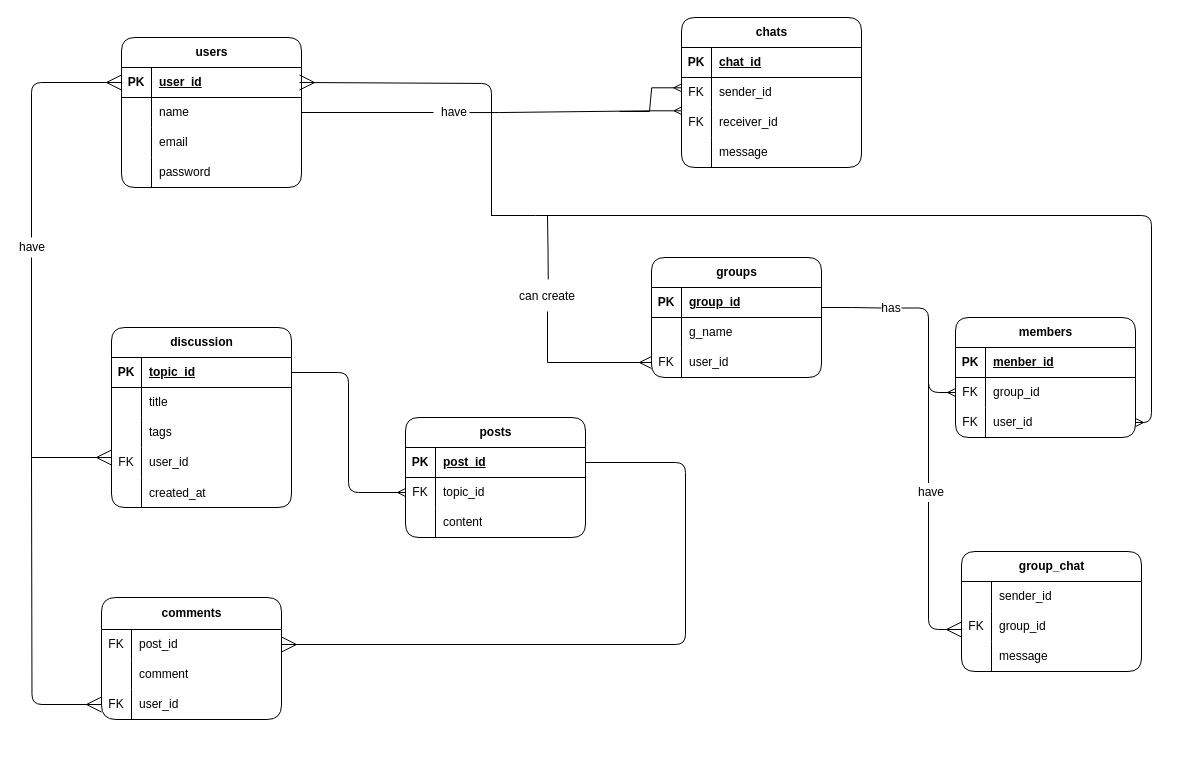
The draw.io diagram page "Page-2" (2 of 3) of Er.drawio in chetan-v/check, before the edit. Source tidied: cells renumbered, new cells numbered last; positions are measured from the earlier drawing's top-left corner, leaving out a move shared by most shapes. Both pictures are drawn from the tidied source at 100%, with x=0, y=0 at pixel (31, 17).
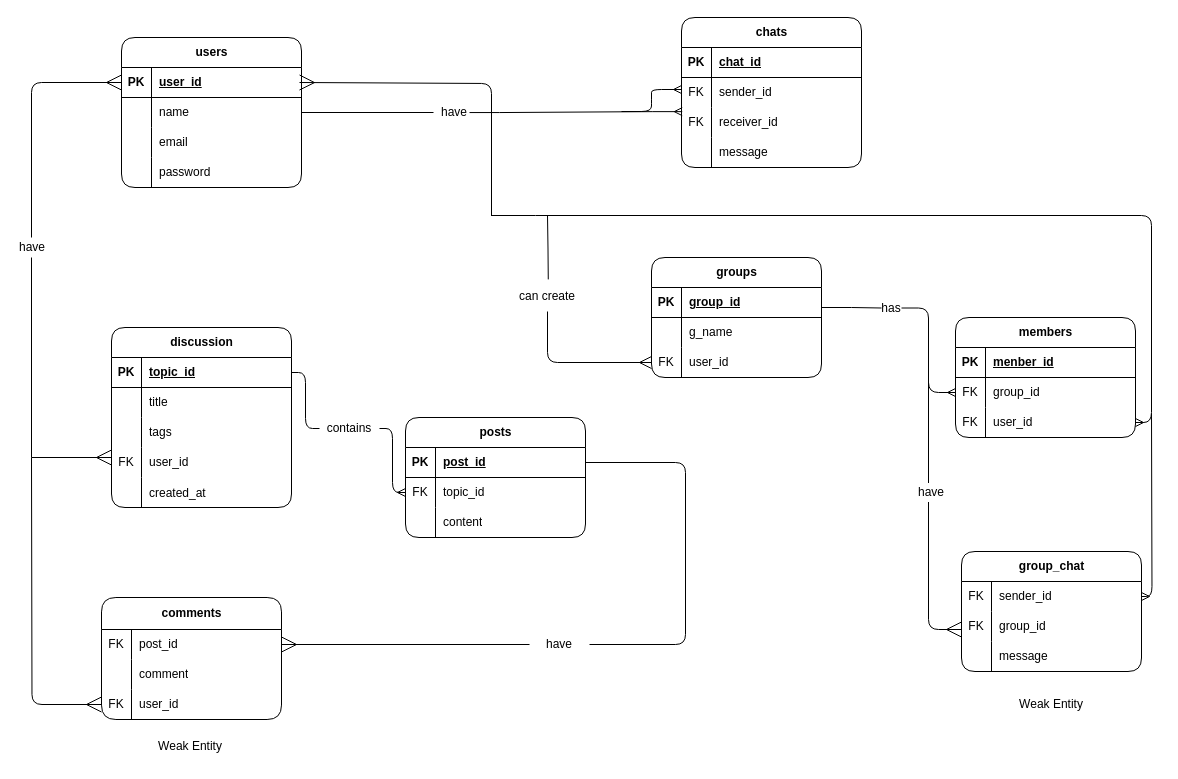
After the change.

The change refers to these unchanged cells:
```xml
<mxCell id="22" style="shape=tableRow;horizontal=0;startSize=0;swimlaneHead=0;swimlaneBody=0;fillColor=none;points=[[0,0.5],[1,0.5]];portConstraint=eastwest;top=0;left=0;right=0;bottom=0;" parent="15" vertex="1">
  <mxGeometry y="90" width="180" height="30" as="geometry" />
</mxCell>
<mxCell id="29" style="shape=tableRow;horizontal=0;startSize=0;swimlaneHead=0;swimlaneBody=0;fillColor=none;points=[[0,0.5],[1,0.5]];portConstraint=eastwest;top=0;left=0;right=0;bottom=0;" parent="28" vertex="1">
  <mxGeometry y="30" width="180" height="30" as="geometry" />
</mxCell>
<mxCell id="55" style="shape=tableRow;horizontal=0;startSize=0;swimlaneHead=0;swimlaneBody=0;fillColor=none;points=[[0,0.5],[1,0.5]];portConstraint=eastwest;top=0;left=0;right=0;bottom=0;" parent="48" vertex="1">
  <mxGeometry y="90" width="170" height="30" as="geometry" />
</mxCell>
<mxCell id="60" style="shape=tableRow;horizontal=0;startSize=0;swimlaneHead=0;swimlaneBody=0;fillColor=none;points=[[0,0.5],[1,0.5]];portConstraint=eastwest;top=0;left=0;right=0;bottom=1;" parent="59" vertex="1">
  <mxGeometry y="30" width="180" height="30" as="geometry" />
</mxCell>
<mxCell id="82" value="have" style="text;html=1;strokeColor=none;fillColor=none;align=center;verticalAlign=middle;whiteSpace=wrap;rounded=0;" parent="1" vertex="1">
  <mxGeometry x="408" y="87.8" width="30" height="14.5" as="geometry" />
</mxCell>
<mxCell id="86" style="shape=tableRow;horizontal=0;startSize=0;swimlaneHead=0;swimlaneBody=0;fillColor=none;points=[[0,0.5],[1,0.5]];portConstraint=eastwest;top=0;left=0;right=0;bottom=1;" parent="85" vertex="1">
  <mxGeometry y="30" width="180" height="30" as="geometry" />
</mxCell>
<mxCell id="89" style="shape=tableRow;horizontal=0;startSize=0;swimlaneHead=0;swimlaneBody=0;fillColor=none;points=[[0,0.5],[1,0.5]];portConstraint=eastwest;top=0;left=0;right=0;bottom=0;" parent="85" vertex="1">
  <mxGeometry y="60" width="180" height="30" as="geometry" />
</mxCell>
<mxCell id="96" style="shape=tableRow;horizontal=0;startSize=0;swimlaneHead=0;swimlaneBody=0;fillColor=none;points=[[0,0.5],[1,0.5]];portConstraint=eastwest;top=0;left=0;right=0;bottom=0;" parent="95" vertex="1">
  <mxGeometry y="32" width="180" height="30" as="geometry" />
</mxCell>
<mxCell id="115" value="can create" style="text;html=1;strokeColor=none;fillColor=none;align=center;verticalAlign=middle;whiteSpace=wrap;rounded=0;" parent="1" vertex="1">
  <mxGeometry x="486" y="264" width="60" height="30" as="geometry" />
</mxCell>
```

Change to the diagram source:
```diff
@@
-    <mxCell id="30" style="shape=partialRectangle;fillColor=none;top=0;left=0;bottom=0;right=0;overflow=hidden;whiteSpace=wrap;html=1;" parent="29" vertex="1">
+    <mxCell id="30" value="FK" style="shape=partialRectangle;fillColor=none;top=0;left=0;bottom=0;right=0;overflow=hidden;whiteSpace=wrap;html=1;" parent="29" vertex="1">
       <mxGeometry width="30" height="30" as="geometry" />
     </mxCell>
@@
-    <mxCell id="80" style="edgeStyle=entityRelationEdgeStyle;fontSize=12;html=1;endArrow=ERmany;rounded=0;exitX=1;exitY=0.5;exitDx=0;exitDy=0;entryX=0.003;entryY=0.11;entryDx=0;entryDy=0;entryPerimeter=0;" parent="1" edge="1" source="82" target="22">
+    <mxCell id="80" style="edgeStyle=entityRelationEdgeStyle;fontSize=12;html=1;endArrow=ERmany;rounded=0;exitX=1;exitY=0.5;exitDx=0;exitDy=0;entryX=0.004;entryY=0.138;entryDx=0;entryDy=0;entryPerimeter=0;" parent="1" edge="1" source="82" target="22">
       <mxGeometry relative="1" as="geometry" />
     </mxCell>
@@
-    <mxCell id="109" style="edgeStyle=orthogonalEdgeStyle;fontSize=12;html=1;endArrow=ERmany;rounded=1;exitX=1;exitY=0.5;exitDx=0;exitDy=0;entryX=0;entryY=0.5;entryDx=0;entryDy=0;" parent="1" edge="1" source="60" target="89">
+    <mxCell id="109" style="edgeStyle=orthogonalEdgeStyle;fontSize=12;html=1;endArrow=ERmany;rounded=1;exitX=1;exitY=0.5;exitDx=0;exitDy=0;entryX=0;entryY=0.5;entryDx=0;entryDy=0;" parent="1" edge="1" source="122" target="89">
       <mxGeometry relative="1" as="geometry" />
     </mxCell>
@@
-    <mxCell id="111" style="edgeStyle=orthogonalEdgeStyle;fontSize=12;html=1;endArrow=ERmany;rounded=1;entryX=1;entryY=0.5;entryDx=0;entryDy=0;exitX=1;exitY=0.5;exitDx=0;exitDy=0;endSize=13;" parent="1" edge="1" source="86" target="96">
-      <mxGeometry relative="1" as="geometry">
-        <Array as="points">
-          <mxPoint x="654" y="445" />
-          <mxPoint x="654" y="627" />
-        </Array>
-      </mxGeometry>
+    <mxCell id="111" style="edgeStyle=orthogonalEdgeStyle;fontSize=12;html=1;endArrow=ERmany;rounded=1;entryX=1;entryY=0.5;entryDx=0;entryDy=0;endSize=13;exitX=0;exitY=0.5;exitDx=0;exitDy=0;" parent="1" edge="1" source="120" target="96">
+      <mxGeometry relative="1" as="geometry" />
     </mxCell>
@@
-    <mxCell id="113" style="fontSize=12;html=1;endArrow=ERmany;rounded=0;entryX=0;entryY=0.5;entryDx=0;entryDy=0;endSize=10;edgeStyle=orthogonalEdgeStyle;" parent="1" edge="1" source="115" target="55">
+    <mxCell id="113" style="fontSize=12;html=1;endArrow=ERmany;rounded=1;entryX=0;entryY=0.5;entryDx=0;entryDy=0;endSize=10;edgeStyle=orthogonalEdgeStyle;" parent="1" edge="1" source="115" target="55">
       <mxGeometry relative="1" as="geometry">
         <Array as="points">
           <mxPoint x="516" y="345" />
         </Array>
       </mxGeometry>
     </mxCell>
@@
-    <mxCell id="116" style="edgeStyle=entityRelationEdgeStyle;fontSize=12;html=1;endArrow=ERmany;rounded=0;entryX=0.001;entryY=0.377;entryDx=0;entryDy=0;entryPerimeter=0;" parent="1" edge="1">
+    <mxCell id="116" style="edgeStyle=entityRelationEdgeStyle;fontSize=12;html=1;endArrow=ERmany;rounded=1;" parent="1" edge="1">
       <mxGeometry relative="1" as="geometry">
-        <mxPoint x="588" y="94" as="sourcePoint" />
-        <mxPoint x="650.2" y="70.3" as="targetPoint" />
+        <mxPoint x="590" y="94" as="sourcePoint" />
+        <mxPoint x="650" y="72" as="targetPoint" />
       </mxGeometry>
     </mxCell>
+    <mxCell id="117" value="Weak Entity" style="text;html=1;strokeColor=none;fillColor=none;align=center;verticalAlign=middle;whiteSpace=wrap;rounded=0;" parent="1" vertex="1">
+      <mxGeometry x="120" y="714" width="78" height="30" as="geometry" />
+    </mxCell>
+    <mxCell id="118" value="Weak Entity" style="text;html=1;strokeColor=none;fillColor=none;align=center;verticalAlign=middle;whiteSpace=wrap;rounded=0;" parent="1" vertex="1">
+      <mxGeometry x="981" y="672" width="78" height="30" as="geometry" />
+    </mxCell>
+    <mxCell id="119" style="edgeStyle=orthogonalEdgeStyle;fontSize=12;html=1;endArrow=none;rounded=1;exitX=1;exitY=0.5;exitDx=0;exitDy=0;endSize=13;endFill=0;" parent="1" edge="1" source="86" target="120">
+      <mxGeometry relative="1" as="geometry">
+        <Array as="points">
+          <mxPoint x="654" y="445" />
+          <mxPoint x="654" y="627" />
+        </Array>
+      </mxGeometry>
+    </mxCell>
+    <mxCell id="120" value="have" style="text;html=1;strokeColor=none;fillColor=none;align=center;verticalAlign=middle;whiteSpace=wrap;rounded=0;" parent="1" vertex="1">
+      <mxGeometry x="498" y="612" width="60" height="30" as="geometry" />
+    </mxCell>
+    <mxCell id="121" style="edgeStyle=orthogonalEdgeStyle;fontSize=12;html=1;endArrow=none;rounded=1;exitX=1;exitY=0.5;exitDx=0;exitDy=0;entryX=0;entryY=0.5;entryDx=0;entryDy=0;endFill=0;" parent="1" edge="1" source="60" target="122">
+      <mxGeometry relative="1" as="geometry" />
+    </mxCell>
+    <mxCell id="122" value="contains" style="text;html=1;strokeColor=none;fillColor=none;align=center;verticalAlign=middle;whiteSpace=wrap;rounded=0;" parent="1" vertex="1">
+      <mxGeometry x="288" y="396" width="60" height="30" as="geometry" />
+    </mxCell>
+    <mxCell id="123" style="fontSize=12;html=1;endArrow=ERmany;rounded=1;entryX=1;entryY=0.5;entryDx=0;entryDy=0;edgeStyle=orthogonalEdgeStyle;" parent="1" edge="1" target="29">
+      <mxGeometry relative="1" as="geometry">
+        <mxPoint x="1120" y="396" as="sourcePoint" />
+      </mxGeometry>
+    </mxCell>
```
